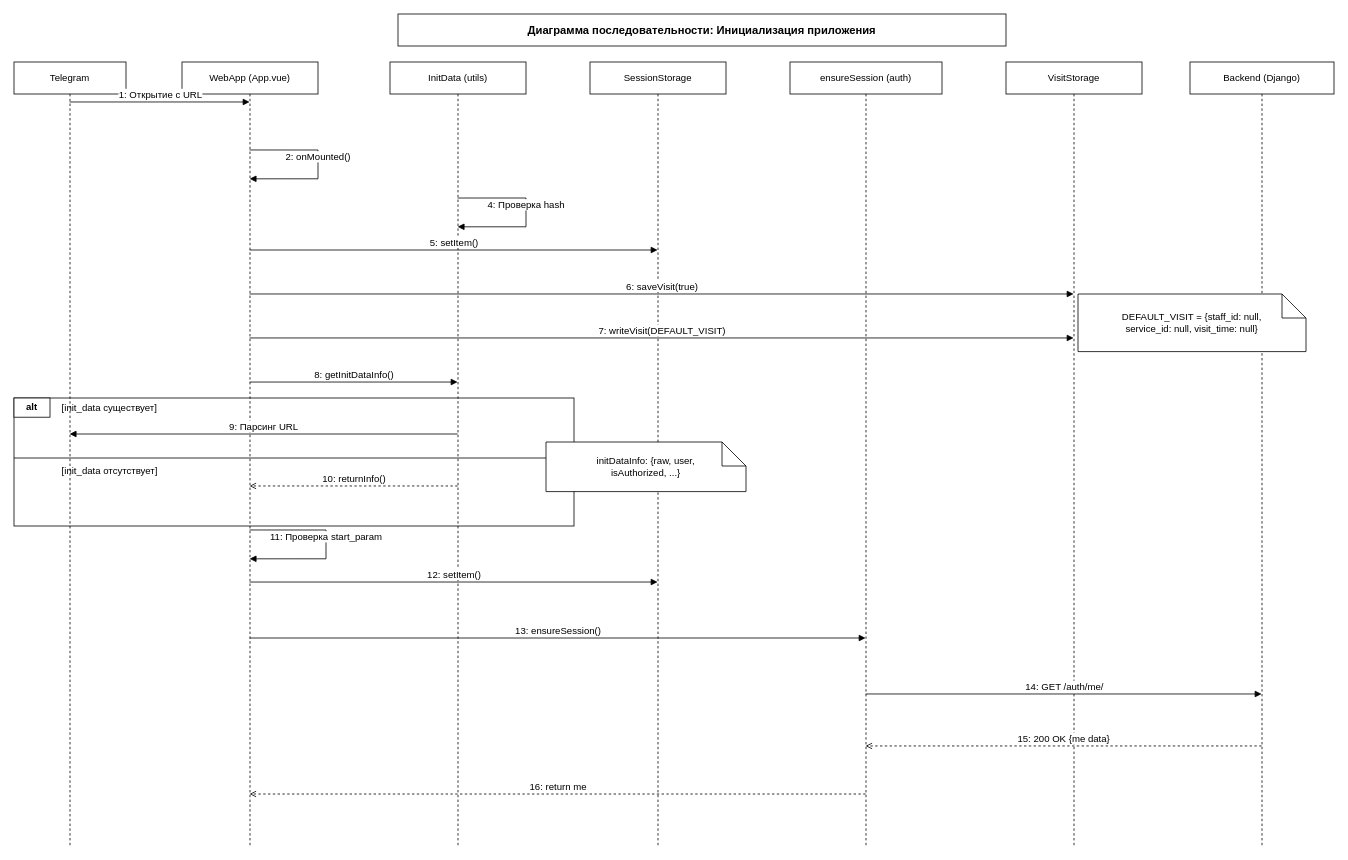
Earlier version of the draw.io diagram docs/diagrams/app-init-sequence-diagram-uml2-fixed-openable.drawio (Sqaz33/crm-bot-frontend). Source tidied: cells renumbered, new cells numbered last; positions are measured from the earlier drawing's top-left corner, leaving out a move shared by most shapes. Both pictures are drawn from the tidied source at 80%, with x=0, y=0 at pixel (14, 14).
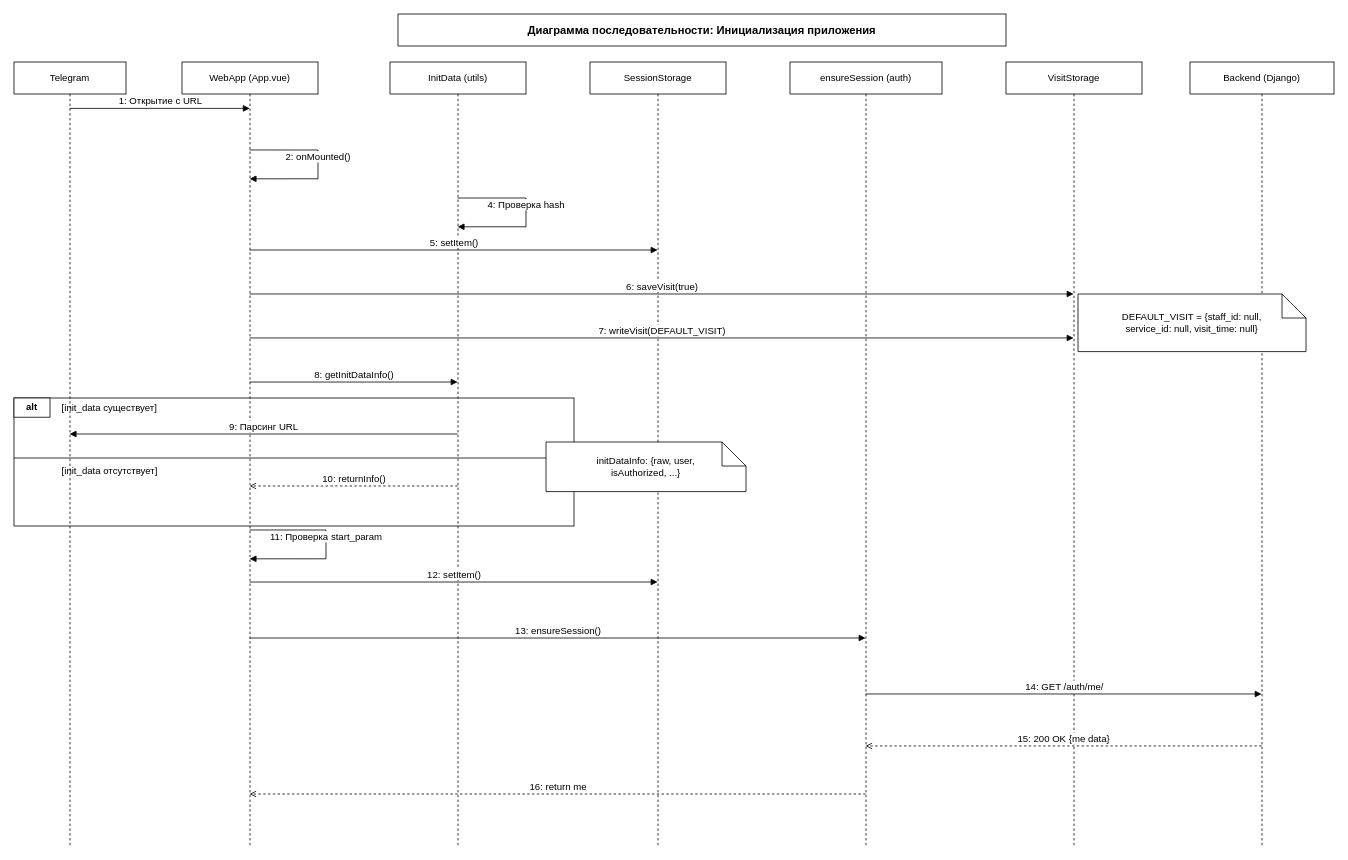
The same page after the edit.

Unchanged cells that the change refers to:
```xml
<mxCell id="3" value="Telegram" style="shape=umlLifeline;perimeter=lifelinePerimeter;whiteSpace=wrap;html=1;fillColor=#ffffff;strokeColor=#000000;fontColor=#000000;fontSize=12;" parent="1" vertex="1">
  <mxGeometry y="60" width="140" height="980" as="geometry" />
</mxCell>
<mxCell id="4" value="WebApp (App.vue)" style="shape=umlLifeline;perimeter=lifelinePerimeter;whiteSpace=wrap;html=1;fillColor=#ffffff;strokeColor=#000000;fontColor=#000000;fontSize=12;" parent="1" vertex="1">
  <mxGeometry x="210" y="60" width="170" height="980" as="geometry" />
</mxCell>
```

The edit, as a diff of the source:
```diff
@@
-    <mxCell id="17" value="1: Открытие с URL" style="edgeStyle=orthogonalEdgeStyle;rounded=0;jettySize=auto;html=1;strokeColor=#000000;fontColor=#000000;endArrow=block;endFill=1;dashed=0;fontSize=12;labelBackgroundColor=#ffffff;align=center;verticalAlign=bottom;exitX=0.5;exitY=0.051;entryX=0.5;entryY=0.051;" parent="1" edge="1" source="3" target="4">
-      <mxGeometry relative="1" as="geometry" />
+    <mxCell id="17" value="1: Открытие с URL" style="edgeStyle=orthogonalEdgeStyle;rounded=0;orthogonalLoop=1;jettySize=auto;html=1;strokeColor=#000000;fontColor=#000000;endArrow=block;endFill=1;dashed=0;fontSize=12;labelBackgroundColor=#ffffff;align=center;verticalAlign=bottom;exitX=0.5;exitY=0.051;entryX=0.5;entryY=0.051;" parent="1" edge="1">
+      <mxGeometry relative="1" as="geometry">
+        <mxPoint x="69.7" y="118" as="sourcePoint" />
+        <mxPoint x="294.7" y="118" as="targetPoint" />
+      </mxGeometry>
     </mxCell>
```
